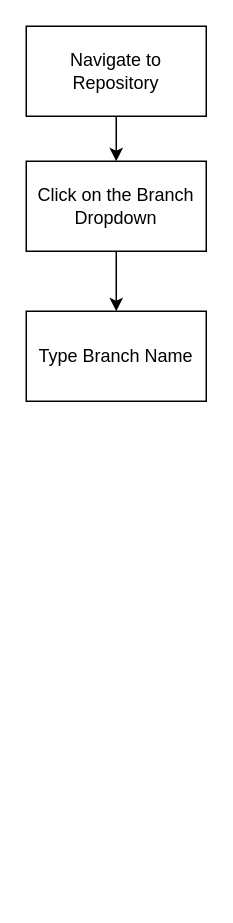
This is CreateRepoDiagramUser.drawio from bhargav1997/work-flows, a draw.io file, before an edit. Source tidied: cells renumbered, new cells numbered last; positions are measured from the earlier drawing's top-left corner, leaving out a move shared by most shapes. Both pictures are drawn from the tidied source at 150%, with x=0, y=0 at pixel (26, 26).
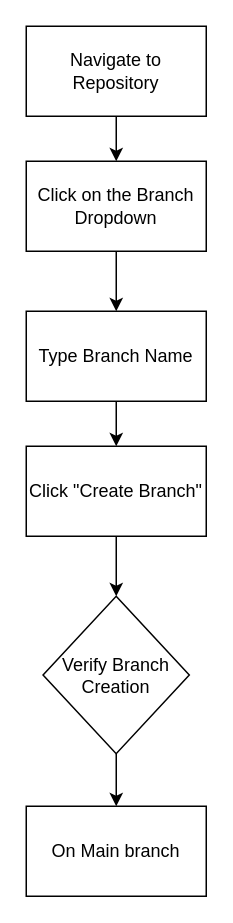
The same page after the edit.

Diff of the diagram source:
```diff
@@
 <mxGraphModel>
   <root>
     <mxCell id="0" />
     <mxCell id="1" parent="0" />
     <mxCell id="2" style="edgeStyle=orthogonalEdgeStyle;rounded=0;jettySize=auto;html=1;" parent="1" edge="1" source="3" target="5">
       <mxGeometry relative="1" as="geometry" />
     </mxCell>
     <mxCell id="3" value="Navigate to Repository" style="rounded=0;whiteSpace=wrap;html=1;" parent="1" vertex="1">
       <mxGeometry width="120" height="60" as="geometry" />
     </mxCell>
     <mxCell id="4" style="edgeStyle=orthogonalEdgeStyle;rounded=0;jettySize=auto;html=1;" parent="1" edge="1" source="5" target="6">
       <mxGeometry relative="1" as="geometry" />
     </mxCell>
     <mxCell id="5" value="Click on the Branch Dropdown" style="rounded=0;whiteSpace=wrap;html=1;" parent="1" vertex="1">
       <mxGeometry y="90" width="120" height="60" as="geometry" />
     </mxCell>
+    <mxCell id="7" style="edgeStyle=orthogonalEdgeStyle;rounded=0;jettySize=auto;html=1;" parent="1" edge="1" source="6" target="9">
+      <mxGeometry relative="1" as="geometry" />
+    </mxCell>
     <mxCell id="6" value="Type Branch Name" style="rounded=0;whiteSpace=wrap;html=1;" parent="1" vertex="1">
       <mxGeometry y="190" width="120" height="60" as="geometry" />
     </mxCell>
+    <mxCell id="8" style="edgeStyle=orthogonalEdgeStyle;rounded=0;jettySize=auto;html=1;" parent="1" edge="1" source="9" target="11">
+      <mxGeometry relative="1" as="geometry" />
+    </mxCell>
+    <mxCell id="9" value="Click &quot;Create Branch&quot;" style="rounded=0;whiteSpace=wrap;html=1;" parent="1" vertex="1">
+      <mxGeometry y="280" width="120" height="60" as="geometry" />
+    </mxCell>
+    <mxCell id="10" style="edgeStyle=orthogonalEdgeStyle;rounded=0;jettySize=auto;html=1;" parent="1" edge="1" source="11" target="12">
+      <mxGeometry relative="1" as="geometry" />
+    </mxCell>
+    <mxCell id="11" value="Verify Branch Creation" style="rhombus;whiteSpace=wrap;html=1;rounded=0;" parent="1" vertex="1">
+      <mxGeometry x="11.2" y="380" width="97.5" height="105" as="geometry" />
+    </mxCell>
+    <mxCell id="12" value="On Main branch" style="whiteSpace=wrap;html=1;rounded=0;" parent="1" vertex="1">
+      <mxGeometry y="520" width="120" height="60" as="geometry" />
+    </mxCell>
   </root>
 </mxGraphModel>
```
